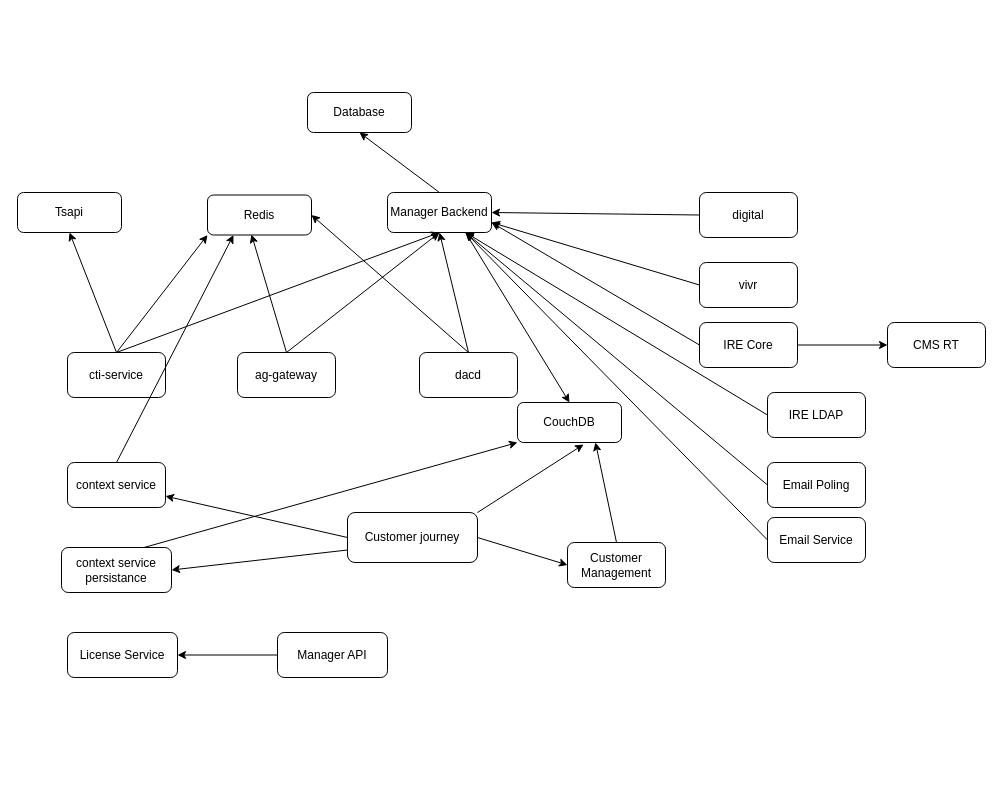
Above: Untitled Diagram.drawio in sunxingsong/app-digrams (draw.io), before the change. Source tidied: cells renumbered, new cells numbered last; positions are measured from the earlier drawing's top-left corner, leaving out a move shared by most shapes. Both pictures are drawn from the tidied source at 100%, with x=0, y=0 at pixel (17, 92).
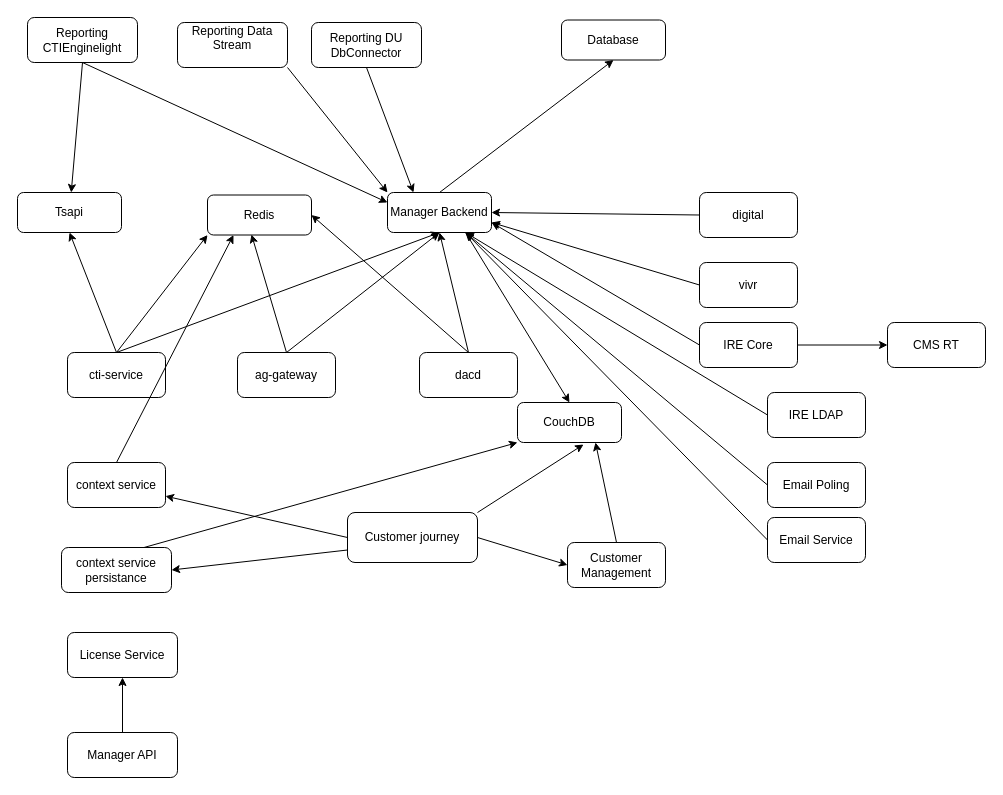
The same diagram, later.

The change refers to these unchanged cells:
```xml
<mxCell id="4" value="Manager Backend" style="rounded=1;whiteSpace=wrap;html=1;" parent="1" vertex="1">
  <mxGeometry x="370" y="100" width="104" height="40" as="geometry" />
</mxCell>
<mxCell id="14" value="Tsapi" style="rounded=1;whiteSpace=wrap;html=1;" parent="1" vertex="1">
  <mxGeometry y="100" width="104" height="40" as="geometry" />
</mxCell>
<mxCell id="35" value="License Service" style="rounded=1;whiteSpace=wrap;html=1;" parent="1" vertex="1">
  <mxGeometry x="50" y="540" width="110" height="45" as="geometry" />
</mxCell>
```

Diff of the diagram source:
```diff
@@
     <mxCell id="2" value="Database" style="rounded=1;whiteSpace=wrap;html=1;" parent="1" vertex="1">
-      <mxGeometry x="290" width="104" height="40" as="geometry" />
+      <mxGeometry x="544" y="-72.5" width="104" height="40" as="geometry" />
     </mxCell>
@@
     <mxCell id="34" value="Manager API" style="rounded=1;whiteSpace=wrap;html=1;" parent="1" vertex="1">
-      <mxGeometry x="260" y="540" width="110" height="45" as="geometry" />
+      <mxGeometry x="50" y="640" width="110" height="45" as="geometry" />
     </mxCell>
@@
-    <mxCell id="36" style="endArrow=classic;html=1;rounded=0;exitX=0;exitY=0.5;exitDx=0;exitDy=0;entryX=1;entryY=0.5;entryDx=0;entryDy=0;" parent="1" edge="1" source="34" target="35">
+    <mxCell id="36" style="endArrow=classic;html=1;rounded=0;exitX=0.5;exitY=0;exitDx=0;exitDy=0;entryX=0.5;entryY=1;entryDx=0;entryDy=0;" parent="1" edge="1" source="34" target="35">
       <mxGeometry relative="1" as="geometry" />
     </mxCell>
@@
+    <mxCell id="47" value="Reporting Data Stream&lt;div&gt;&lt;br&gt;&lt;/div&gt;" style="rounded=1;whiteSpace=wrap;html=1;" parent="1" vertex="1">
+      <mxGeometry x="160" y="-70" width="110" height="45" as="geometry" />
+    </mxCell>
+    <mxCell id="48" value="Reporting CTIEnginelight" style="rounded=1;whiteSpace=wrap;html=1;" parent="1" vertex="1">
+      <mxGeometry x="10" y="-75" width="110" height="45" as="geometry" />
+    </mxCell>
+    <mxCell id="49" value="Reporting DU DbConnector" style="rounded=1;whiteSpace=wrap;html=1;" parent="1" vertex="1">
+      <mxGeometry x="294" y="-70" width="110" height="45" as="geometry" />
+    </mxCell>
+    <mxCell id="50" style="endArrow=classic;html=1;rounded=0;entryX=0;entryY=0.25;entryDx=0;entryDy=0;exitX=0.5;exitY=1;exitDx=0;exitDy=0;" parent="1" edge="1" source="48" target="4">
+      <mxGeometry relative="1" as="geometry" />
+    </mxCell>
+    <mxCell id="51" style="endArrow=classic;html=1;rounded=0;entryX=0.25;entryY=0;entryDx=0;entryDy=0;exitX=0.5;exitY=1;exitDx=0;exitDy=0;" parent="1" edge="1" source="49" target="4">
+      <mxGeometry relative="1" as="geometry" />
+    </mxCell>
+    <mxCell id="52" style="endArrow=classic;html=1;rounded=0;entryX=0;entryY=0;entryDx=0;entryDy=0;exitX=1;exitY=1;exitDx=0;exitDy=0;" parent="1" edge="1" source="47" target="4">
+      <mxGeometry relative="1" as="geometry" />
+    </mxCell>
+    <mxCell id="53" style="endArrow=classic;html=1;rounded=0;exitX=0.5;exitY=1;exitDx=0;exitDy=0;" parent="1" edge="1" source="48" target="14">
+      <mxGeometry relative="1" as="geometry" />
+    </mxCell>
```
